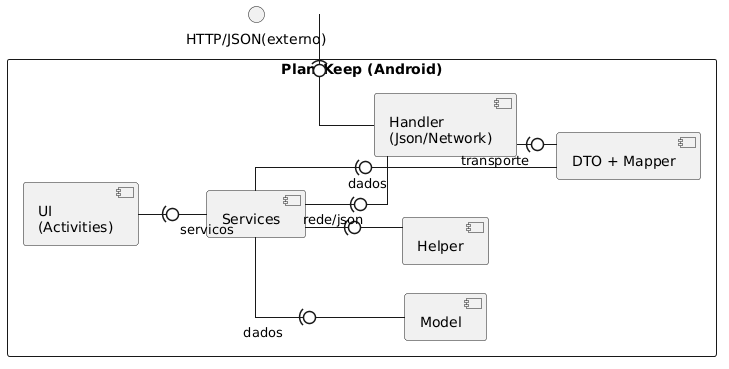
The PlantUML diagram .docs/diagramas/design/logical_architecture.png in compaqle/DSSMV_ProjectDroid_1251486_1251506, before a commit.
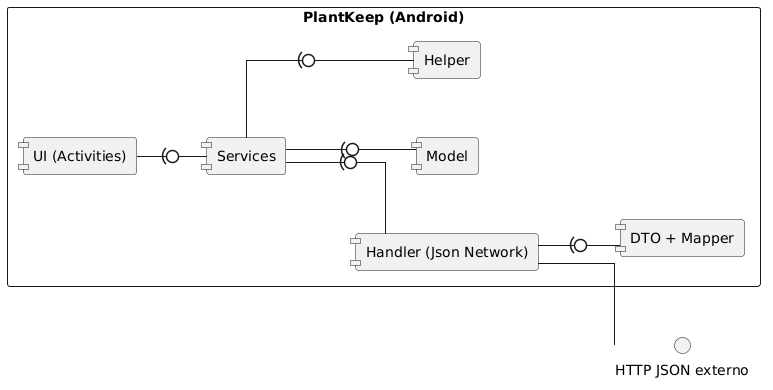
After the change.

Commit message:
fix diagrama componentes

Diff of the diagram source:
```diff
@@ -1,29 +1,29 @@
 @startuml
 skinparam monochrome true
 skinparam shadowing false
+skinparam linetype ortho
+skinparam nodesep 60
+skinparam ranksep 70
+skinparam componentStyle uml1
 left to right direction
-skinparam linetype ortho
-skinparam nodesep 30
-skinparam ranksep 40
+
+interface "HTTP JSON externo" as ExtHTTP
 
 rectangle "PlantKeep (Android)" {
-    component "UI\n(Activities)" as UI
+    component "UI (Activities)" as UI
     component "Services" as Services
     component "Model" as Model
     component "Helper" as Helper
     component "DTO + Mapper" as DTO
-    component "Handler\n(Json/Network)" as Handler
+    component "Handler (Json Network)" as Handler
 
-    UI -(0- Services : servicos
-    Services -(0- Model : dados
-    Services -(0- DTO : dados
+    UI -(0- Services
+    Services -(0- Model
     Services -(0- Helper
-    Services -(0- Handler : rede/json
-    Handler -(0- DTO : transporte
-
+    Services -(0- Handler
+    Handler -(0- DTO
 }
 
-interface "HTTP/JSON(externo)" as ExtHTTP
-ExtHTTP -(0- Handler
+ExtHTTP -up- Handler
 
 @enduml
```
